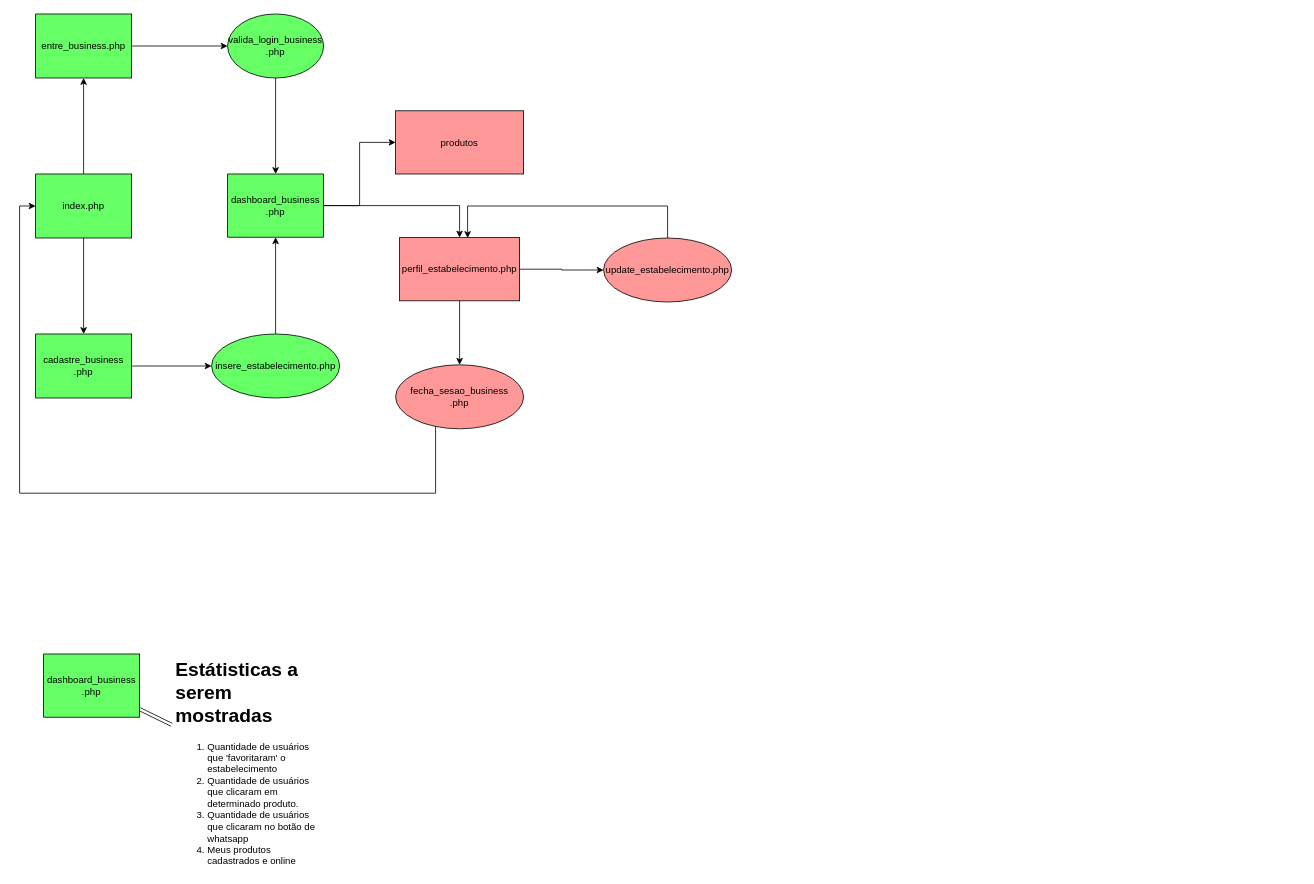
Estevaoferreira/tcc keeps this draw.io diagram as page "Estabelecimento" (2 of 3) of diagramas/TCC - fluxo da aplicação.drawio. Above is the earlier version. Source tidied: cells renumbered, new cells numbered last; positions are measured from the earlier drawing's top-left corner, leaving out a move shared by most shapes. Both pictures are drawn from the tidied source at 80%, with x=0, y=0 at pixel (19, 14).
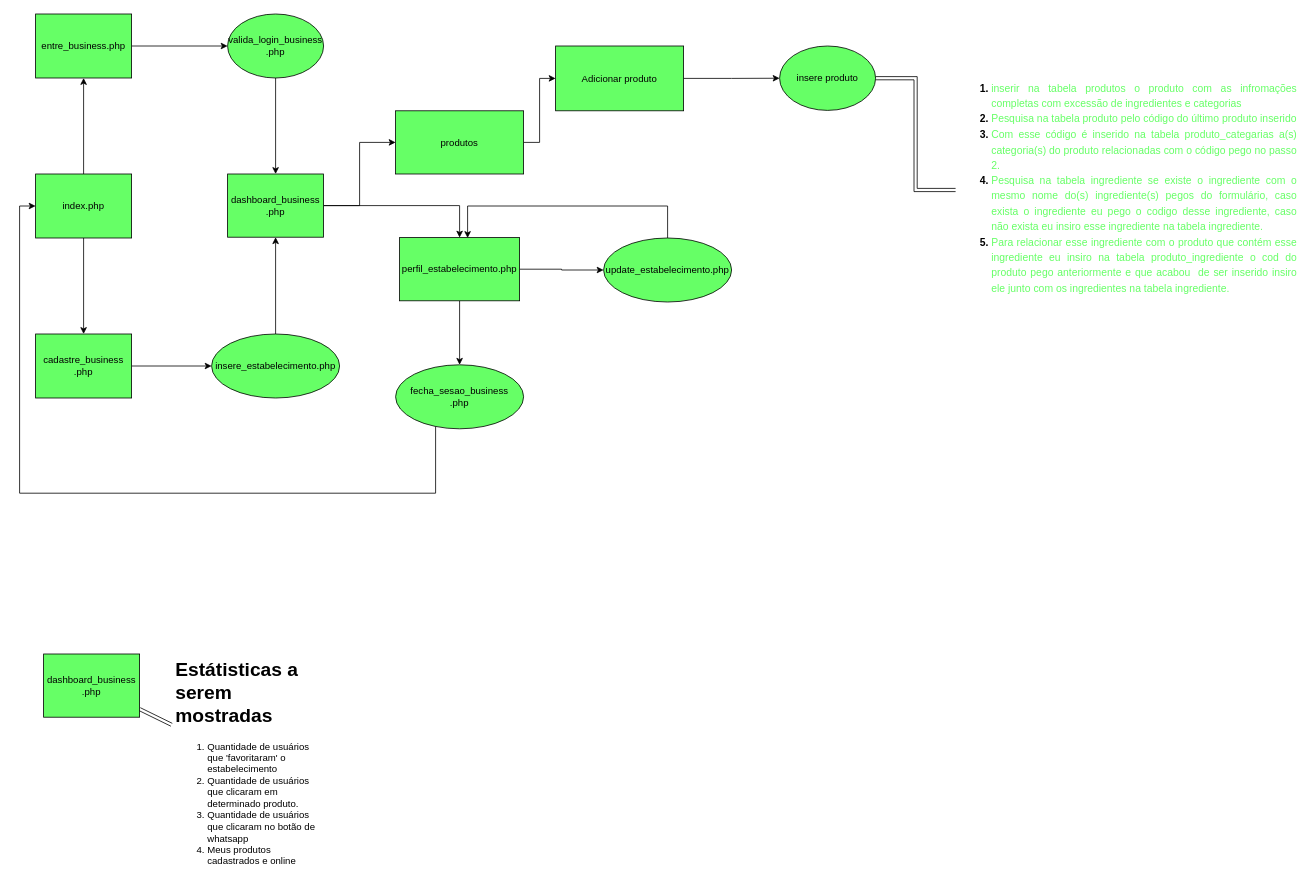
After the change.

The edit, as a diff of the source:
```diff
@@
-    <mxCell id="16" style="edgeStyle=orthogonalEdgeStyle;rounded=0;jettySize=auto;html=1;fillColor=#FF9999;" parent="1" edge="1" source="18" target="20">
+    <mxCell id="16" style="edgeStyle=orthogonalEdgeStyle;rounded=0;jettySize=auto;html=1;fillColor=#66FF66;" parent="1" edge="1" source="18" target="20">
       <mxGeometry relative="1" as="geometry" />
     </mxCell>
-    <mxCell id="17" style="edgeStyle=orthogonalEdgeStyle;rounded=0;jettySize=auto;html=1;exitX=1;exitY=0.5;exitDx=0;exitDy=0;entryX=0;entryY=0.5;entryDx=0;entryDy=0;fillColor=#FF9999;" parent="1" edge="1" source="18" target="22">
+    <mxCell id="17" style="edgeStyle=orthogonalEdgeStyle;rounded=0;jettySize=auto;html=1;exitX=1;exitY=0.5;exitDx=0;exitDy=0;entryX=0;entryY=0.5;entryDx=0;entryDy=0;fillColor=#66FF66;" parent="1" edge="1" source="18" target="22">
       <mxGeometry relative="1" as="geometry" />
     </mxCell>
-    <mxCell id="18" value="perfil_estabelecimento.php" style="whiteSpace=wrap;html=1;fillColor=#FF9999;rounded=0;" parent="1" vertex="1">
+    <mxCell id="18" value="perfil_estabelecimento.php" style="whiteSpace=wrap;html=1;fillColor=#66FF66;rounded=0;" parent="1" vertex="1">
       <mxGeometry x="475" y="279.5" width="150" height="79" as="geometry" />
     </mxCell>
@@
-    <mxCell id="20" value="fecha_sesao_business&lt;br&gt;.php" style="ellipse;whiteSpace=wrap;html=1;fillColor=#FF9999;rounded=0;" parent="1" vertex="1">
+    <mxCell id="20" value="fecha_sesao_business&lt;br&gt;.php" style="ellipse;whiteSpace=wrap;html=1;fillColor=#66FF66;rounded=0;" parent="1" vertex="1">
       <mxGeometry x="470" y="438.5" width="160" height="80" as="geometry" />
     </mxCell>
-    <mxCell id="21" style="edgeStyle=orthogonalEdgeStyle;rounded=0;jettySize=auto;html=1;fillColor=#FF9999;" parent="1" edge="1" source="22">
+    <mxCell id="21" style="edgeStyle=orthogonalEdgeStyle;rounded=0;jettySize=auto;html=1;fillColor=#66FF66;" parent="1" edge="1" source="22">
       <mxGeometry relative="1" as="geometry">
         <mxPoint x="560" y="280" as="targetPoint" />
         <Array as="points">
           <mxPoint x="810" y="240" />
           <mxPoint x="560" y="240" />
         </Array>
       </mxGeometry>
     </mxCell>
-    <mxCell id="22" value="update_estabelecimento.php" style="ellipse;whiteSpace=wrap;html=1;fillColor=#FF9999;rounded=0;" parent="1" vertex="1">
+    <mxCell id="22" value="update_estabelecimento.php" style="ellipse;whiteSpace=wrap;html=1;fillColor=#66FF66;rounded=0;" parent="1" vertex="1">
       <mxGeometry x="730" y="280" width="160" height="80" as="geometry" />
     </mxCell>
@@
+    <mxCell id="27" style="edgeStyle=orthogonalEdgeStyle;rounded=0;jettySize=auto;html=1;" parent="1" edge="1" source="26" target="29">
+      <mxGeometry relative="1" as="geometry" />
+    </mxCell>
-    <mxCell id="26" value="produtos" style="whiteSpace=wrap;html=1;rounded=0;fillColor=#FF9999;" parent="1" vertex="1">
+    <mxCell id="26" value="produtos" style="whiteSpace=wrap;html=1;rounded=0;fillColor=#66FF66;" parent="1" vertex="1">
       <mxGeometry x="470" y="121" width="160" height="79" as="geometry" />
     </mxCell>
+    <mxCell id="28" style="edgeStyle=orthogonalEdgeStyle;rounded=0;jettySize=auto;html=1;fillColor=#66FF66;" parent="1" edge="1" source="29" target="31">
+      <mxGeometry relative="1" as="geometry" />
+    </mxCell>
+    <mxCell id="29" value="Adicionar produto" style="whiteSpace=wrap;html=1;rounded=0;fillColor=#66FF66;" parent="1" vertex="1">
+      <mxGeometry x="670" y="40" width="160" height="81" as="geometry" />
+    </mxCell>
+    <mxCell id="30" style="edgeStyle=orthogonalEdgeStyle;rounded=0;jettySize=auto;html=1;exitX=1;exitY=0.5;exitDx=0;exitDy=0;shape=link;" parent="1" edge="1" source="31" target="32">
+      <mxGeometry relative="1" as="geometry" />
+    </mxCell>
+    <mxCell id="31" value="insere produto" style="ellipse;whiteSpace=wrap;html=1;fillColor=#66FF66;rounded=0;" parent="1" vertex="1">
+      <mxGeometry x="950" y="40" width="120" height="80.5" as="geometry" />
+    </mxCell>
+    <mxCell id="32" value="&lt;h1 style=&quot;line-height: 80%;&quot;&gt;&lt;ol&gt;&lt;li style=&quot;text-align: justify; font-size: 13px;&quot;&gt;&lt;span style=&quot;font-weight: 400;&quot;&gt;&lt;font color=&quot;#66ff66&quot;&gt;inserir na tabela produtos o produto com as infromações completas com excessão de ingredientes e categorias&lt;/font&gt;&lt;/span&gt;&lt;/li&gt;&lt;li style=&quot;text-align: justify; font-size: 13px;&quot;&gt;&lt;span style=&quot;font-weight: 400;&quot;&gt;&lt;font color=&quot;#66ff66&quot;&gt;Pesquisa na tabela produto pelo código do último produto inserido&lt;/font&gt;&lt;/span&gt;&lt;/li&gt;&lt;li style=&quot;text-align: justify; font-size: 13px;&quot;&gt;&lt;span style=&quot;font-weight: 400;&quot;&gt;&lt;font color=&quot;#66ff66&quot;&gt;Com esse código é inserido na tabela produto_categarias a(s) categoria(s) do produto relacionadas com o código pego no passo 2.&lt;/font&gt;&lt;/span&gt;&lt;/li&gt;&lt;li style=&quot;text-align: justify; font-size: 13px;&quot;&gt;&lt;span style=&quot;font-weight: 400;&quot;&gt;&lt;font color=&quot;#66ff66&quot;&gt;Pesquisa na tabela ingrediente se existe o ingrediente com o mesmo nome do(s) ingrediente(s) pegos do formulário, caso exista o ingrediente eu pego o codigo desse ingrediente, caso não exista eu insiro esse ingrediente na tabela ingrediente.&lt;/font&gt;&lt;/span&gt;&lt;/li&gt;&lt;li style=&quot;text-align: justify; font-size: 13px;&quot;&gt;&lt;span style=&quot;font-weight: 400;&quot;&gt;&lt;font color=&quot;#66ff66&quot;&gt;Para relacionar esse ingrediente com o produto que contém esse ingrediente eu insiro na tabela produto_ingrediente o cod do produto pego anteriormente e que acabou&amp;nbsp; de ser inserido insiro ele junto com os ingredientes na tabela ingrediente.&lt;/font&gt;&lt;/span&gt;&lt;/li&gt;&lt;/ol&gt;&lt;/h1&gt;" style="text;html=1;strokeColor=none;fillColor=none;spacing=5;spacingTop=-20;whiteSpace=wrap;overflow=hidden;rounded=0;" parent="1" vertex="1">
+      <mxGeometry x="1170" y="70" width="430" height="300" as="geometry" />
+    </mxCell>
```
